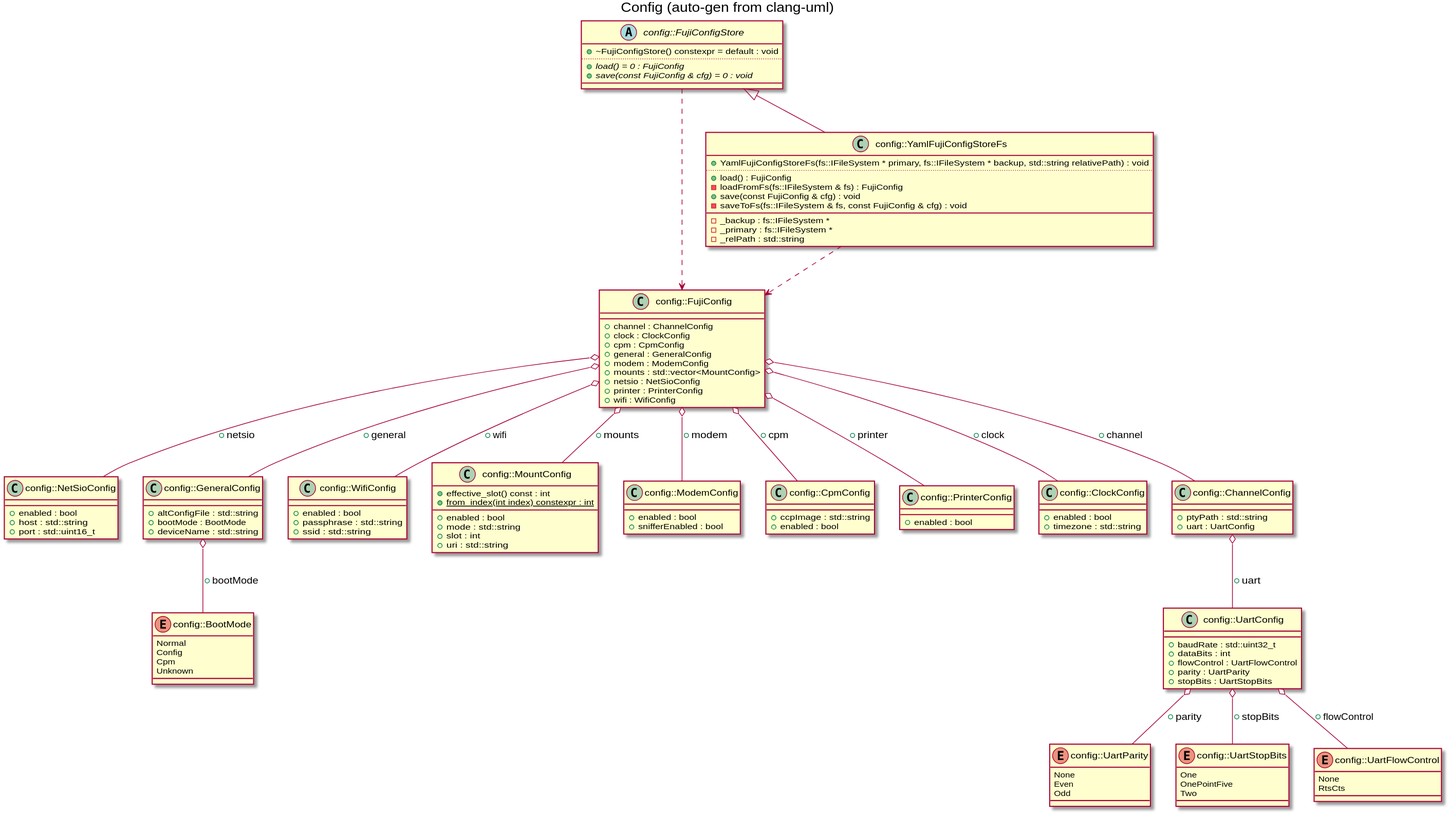
The PlantUML diagram docs/images/gen_config.svg in jeffpiep/fujinet-nio, before a commit.
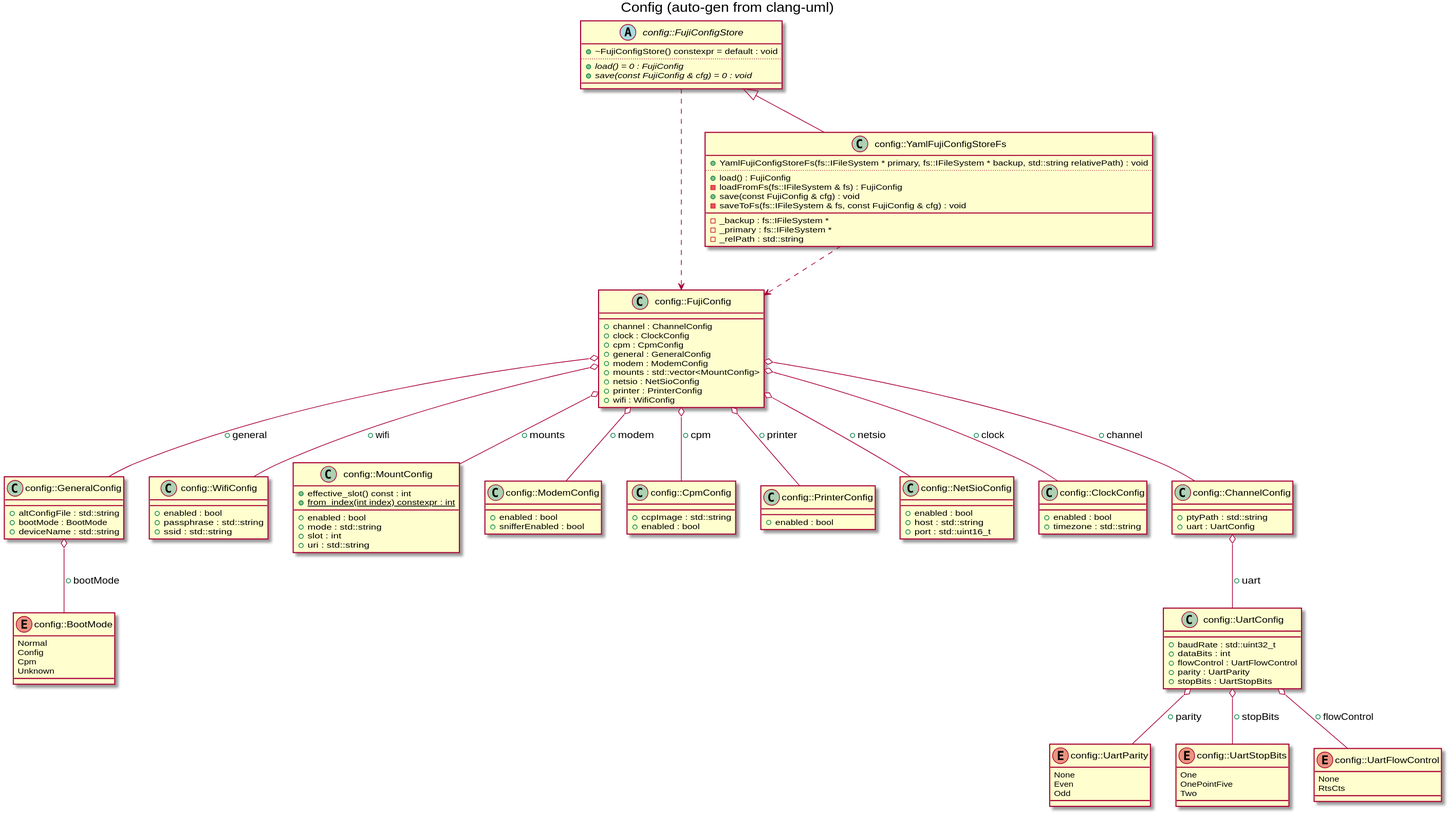
After the change.

What changed in the source:
```diff
@@ -1,12 +1,5 @@
 @startuml
 title Config (auto-gen from clang-uml)
-class "config::NetSioConfig" as C_0009654526727956470660
-class C_0009654526727956470660 {
-__
-+enabled : bool
-+host : std::string
-+port : std::uint16_t
-}
 enum "config::BootMode" as C_0012427176626669726738
 enum C_0012427176626669726738 {
 Normal
@@ -54,6 +47,13 @@
 class C_0011654528465957303447 {
 __
 +enabled : bool
+}
+class "config::NetSioConfig" as C_0009654526727956470660
+class C_0009654526727956470660 {
+__
++enabled : bool
++host : std::string
++port : std::uint16_t
 }
 class "config::ClockConfig" as C_0014123104778393566609
 class C_0014123104778393566609 {
```
